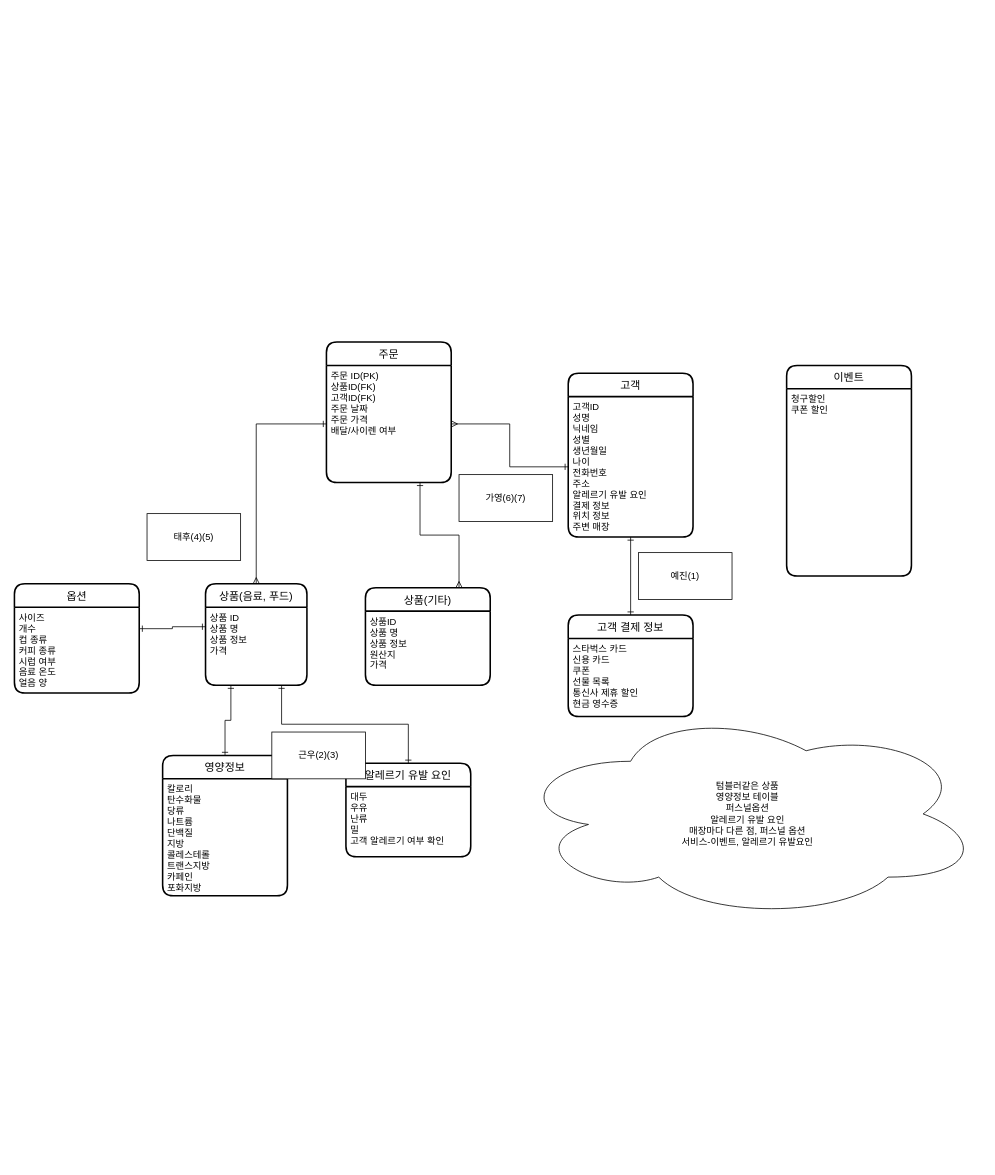
The draw.io diagram 스타벅스 db설계.drawio in gabang2/starbucks, before the edit. Source tidied: cells renumbered, new cells numbered last; positions are measured from the earlier drawing's top-left corner, leaving out a move shared by most shapes. Both pictures are drawn from the tidied source at 78%, with x=0, y=0 at pixel (14, 342).
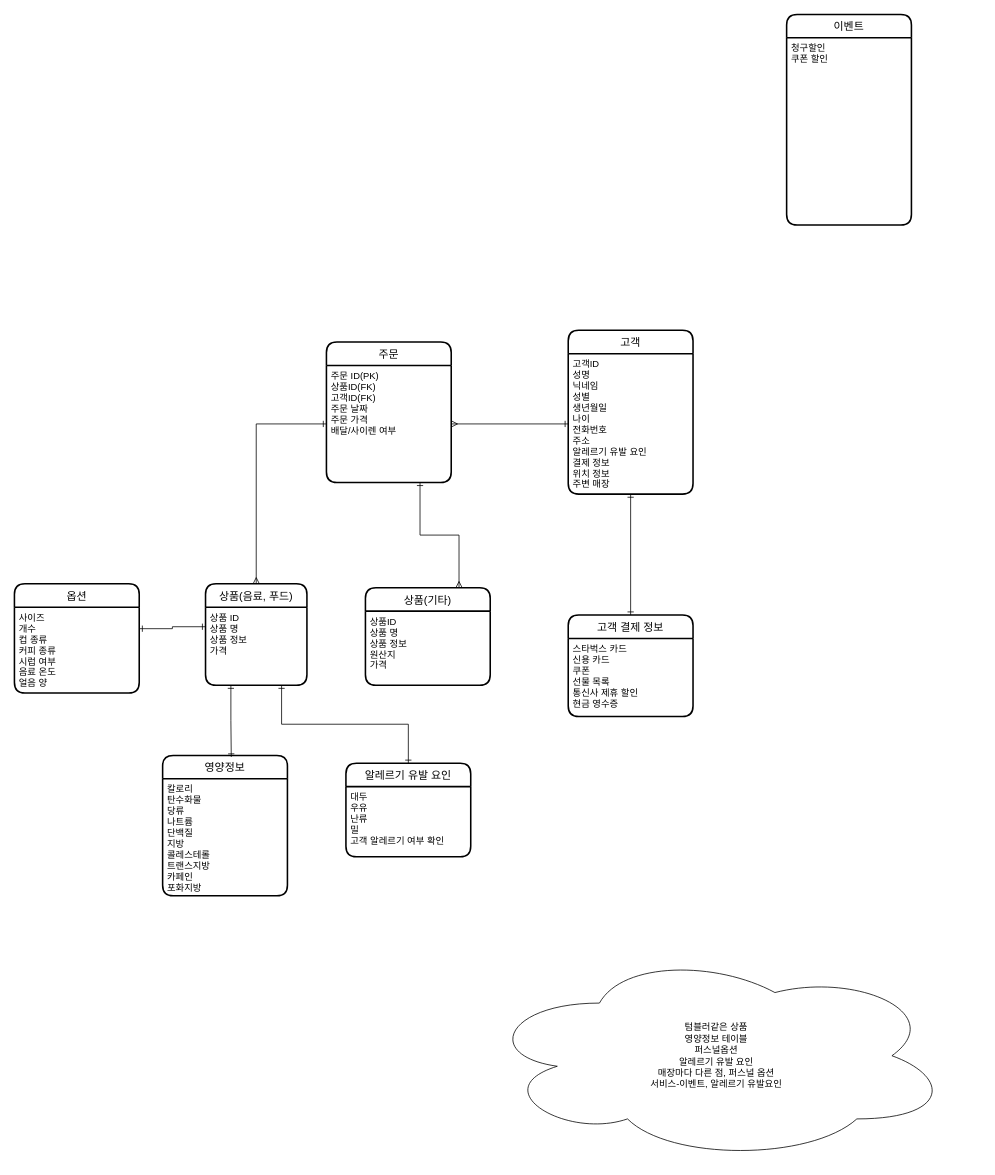
After the change.

Commit message:
Update 스타벅스 db설계.drawio

Unchanged cells that the change refers to:
```xml
<mxCell id="5" value="상품 ID&#10;상품 명&#10;상품 정보&#10;가격&#10;" style="align=left;strokeColor=none;fillColor=none;spacingLeft=4;fontSize=12;verticalAlign=top;" parent="4" vertex="1">
  <mxGeometry y="30" width="130" height="100" as="geometry" />
</mxCell>
<mxCell id="10" value="영양정보" style="swimlane;horizontal=1;startSize=30;rounded=1;fontSize=14;fontStyle=0;strokeWidth=2;shadow=0;dashed=0;align=center;" parent="1" vertex="1">
  <mxGeometry x="190" y="530" width="160" height="180" as="geometry" />
</mxCell>
```

The edit, as a diff of the source:
```diff
@@
     <mxCell id="2" value="고객" style="swimlane;horizontal=1;startSize=30;rounded=1;fontSize=14;fontStyle=0;strokeWidth=2;shadow=0;dashed=0;align=center;" parent="1" vertex="1">
-      <mxGeometry x="710" y="40" width="160" height="210" as="geometry" />
+      <mxGeometry x="710" y="-15" width="160" height="210" as="geometry" />
     </mxCell>
@@
     <mxCell id="6" value="텀블러같은 상품&lt;br&gt;영양정보 테이블&lt;br&gt;퍼스널옵션&lt;br&gt;알레르기 유발 요인&lt;br&gt;매장마다 다른 점, 퍼스널 옵션&lt;br&gt;서비스-이벤트, 알레르기 유발요인" style="ellipse;shape=cloud;whiteSpace=wrap;html=1;" parent="1" vertex="1">
-      <mxGeometry x="640" y="470" width="600" height="270" as="geometry" />
+      <mxGeometry x="600" y="780" width="600" height="270" as="geometry" />
     </mxCell>
@@
-    <mxCell id="9" style="edgeStyle=orthogonalEdgeStyle;rounded=0;jettySize=auto;html=1;exitX=0.5;exitY=0;exitDx=0;exitDy=0;entryX=0.25;entryY=1;entryDx=0;entryDy=0;startArrow=ERone;startFill=0;endArrow=ERone;endFill=0;" parent="1" edge="1" source="10" target="5">
-      <mxGeometry relative="1" as="geometry" />
-    </mxCell>
@@
     <mxCell id="16" value="이벤트" style="swimlane;horizontal=1;startSize=30;rounded=1;fontSize=14;fontStyle=0;strokeWidth=2;shadow=0;dashed=0;align=center;" parent="1" vertex="1">
-      <mxGeometry x="990" y="30" width="160" height="270" as="geometry" />
+      <mxGeometry x="990" y="-420" width="160" height="270" as="geometry" />
     </mxCell>
@@
-    <mxCell id="29" value="예진(1)" style="rounded=0;whiteSpace=wrap;html=1;" parent="1" vertex="1">
-      <mxGeometry x="800" y="270" width="120" height="60" as="geometry" />
-    </mxCell>
-    <mxCell id="30" value="근우(2)(3)" style="rounded=0;whiteSpace=wrap;html=1;" parent="1" vertex="1">
-      <mxGeometry x="330" y="500" width="120" height="60" as="geometry" />
-    </mxCell>
-    <mxCell id="31" value="태후(4)(5)" style="rounded=0;whiteSpace=wrap;html=1;" parent="1" vertex="1">
-      <mxGeometry x="170" y="220" width="120" height="60" as="geometry" />
-    </mxCell>
-    <mxCell id="32" value="가영(6)(7)" style="rounded=0;whiteSpace=wrap;html=1;" parent="1" vertex="1">
-      <mxGeometry x="570" y="170" width="120" height="60" as="geometry" />
-    </mxCell>
+    <mxCell id="33" style="edgeStyle=orthogonalEdgeStyle;rounded=0;jettySize=auto;html=1;exitX=0.25;exitY=1;exitDx=0;exitDy=0;entryX=0.55;entryY=0.011;entryDx=0;entryDy=0;entryPerimeter=0;startArrow=ERone;startFill=0;endArrow=ERone;endFill=0;" parent="1" edge="1" source="5" target="10">
+      <mxGeometry relative="1" as="geometry" />
+    </mxCell>
```
